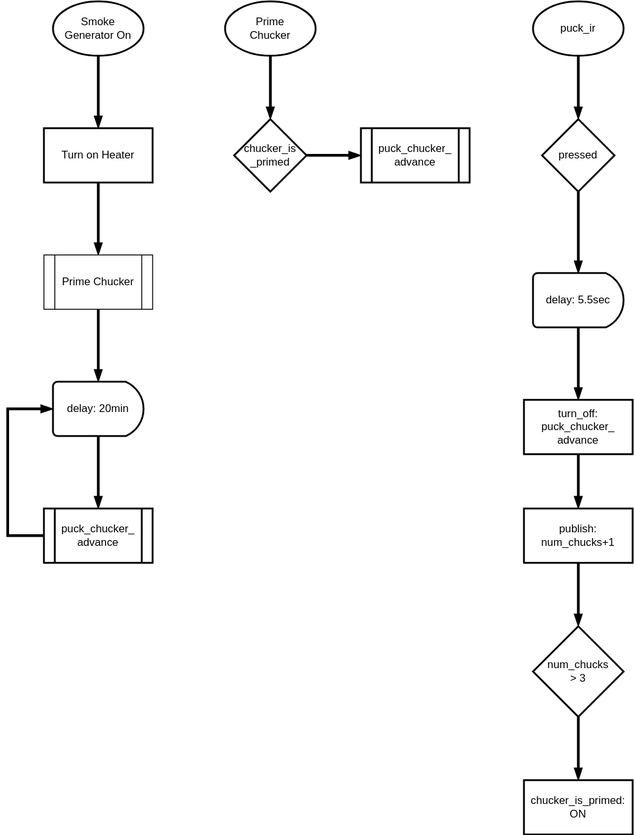
billchurch/smokemonster keeps this draw.io diagram as Bradley Smoker Controller Flow.svg. Above is the earlier version. Source tidied: cells renumbered, new cells last; positions are measured from the earlier drawing's top-left corner, leaving out a move shared by most shapes. Its diagram source:
```xml
<mxGraphModel>
  <root>
    <mxCell id="0" />
    <mxCell id="1" parent="0" />
    <mxCell id="2" style="edgeStyle=orthogonalEdgeStyle;rounded=0;jettySize=auto;html=1;strokeWidth=3;endArrow=blockThin;endFill=1;" parent="1" edge="1" source="3" target="5">
      <mxGeometry relative="1" as="geometry" />
    </mxCell>
    <mxCell id="3" value="Smoke&lt;br&gt;Generator On" style="strokeWidth=2;html=1;shape=mxgraph.flowchart.start_1;whiteSpace=wrap;" parent="1" vertex="1">
      <mxGeometry x="50" width="100" height="60" as="geometry" />
    </mxCell>
    <mxCell id="4" style="edgeStyle=orthogonalEdgeStyle;rounded=0;jettySize=auto;html=1;strokeWidth=3;endArrow=blockThin;endFill=1;" parent="1" edge="1" source="5" target="7">
      <mxGeometry relative="1" as="geometry" />
    </mxCell>
    <mxCell id="5" value="Turn on Heater" style="whiteSpace=wrap;html=1;strokeWidth=2;" parent="1" vertex="1">
      <mxGeometry x="40" y="140" width="120" height="60" as="geometry" />
    </mxCell>
    <mxCell id="6" style="edgeStyle=orthogonalEdgeStyle;rounded=0;jettySize=auto;html=1;strokeWidth=3;endArrow=blockThin;endFill=1;" parent="1" edge="1" source="7" target="9">
      <mxGeometry relative="1" as="geometry" />
    </mxCell>
    <mxCell id="7" value="Prime Chucker" style="shape=process;whiteSpace=wrap;html=1;backgroundOutline=1;" parent="1" vertex="1">
      <mxGeometry x="40" y="280" width="120" height="60" as="geometry" />
    </mxCell>
    <mxCell id="8" style="edgeStyle=orthogonalEdgeStyle;rounded=0;jettySize=auto;html=1;strokeWidth=3;endArrow=blockThin;endFill=1;" parent="1" edge="1" source="9" target="11">
      <mxGeometry relative="1" as="geometry" />
    </mxCell>
    <mxCell id="9" value="delay: 20min" style="strokeWidth=2;html=1;shape=mxgraph.flowchart.delay;whiteSpace=wrap;" parent="1" vertex="1">
      <mxGeometry x="50" y="420" width="100" height="60" as="geometry" />
    </mxCell>
    <mxCell id="10" style="edgeStyle=orthogonalEdgeStyle;rounded=0;jettySize=auto;html=1;exitX=0;exitY=0.5;exitDx=0;exitDy=0;entryX=0;entryY=0.5;entryDx=0;entryDy=0;entryPerimeter=0;strokeWidth=3;endArrow=blockThin;endFill=1;" parent="1" edge="1" source="11" target="9">
      <mxGeometry relative="1" as="geometry">
        <Array as="points">
          <mxPoint y="590" />
          <mxPoint y="450" />
        </Array>
      </mxGeometry>
    </mxCell>
    <mxCell id="11" value="puck_chucker_&lt;br&gt;advance" style="shape=process;whiteSpace=wrap;html=1;backgroundOutline=1;strokeWidth=2;" parent="1" vertex="1">
      <mxGeometry x="40" y="560" width="120" height="60" as="geometry" />
    </mxCell>
    <mxCell id="12" style="edgeStyle=orthogonalEdgeStyle;rounded=0;jettySize=auto;html=1;endArrow=blockThin;endFill=1;strokeWidth=3;" parent="1" edge="1" source="13" target="15">
      <mxGeometry relative="1" as="geometry" />
    </mxCell>
    <mxCell id="13" value="Prime&lt;br&gt;Chucker" style="strokeWidth=2;html=1;shape=mxgraph.flowchart.start_1;whiteSpace=wrap;" parent="1" vertex="1">
      <mxGeometry x="240" width="100" height="60" as="geometry" />
    </mxCell>
    <mxCell id="14" style="edgeStyle=orthogonalEdgeStyle;rounded=0;jettySize=auto;html=1;endArrow=blockThin;endFill=1;strokeWidth=3;" parent="1" edge="1" source="15" target="16">
      <mxGeometry relative="1" as="geometry" />
    </mxCell>
    <mxCell id="15" value="chucker_is&lt;br&gt;_primed" style="rhombus;whiteSpace=wrap;html=1;strokeWidth=2;" parent="1" vertex="1">
      <mxGeometry x="250" y="130" width="80" height="80" as="geometry" />
    </mxCell>
    <mxCell id="16" value="puck_chucker_&lt;br&gt;advance" style="shape=process;whiteSpace=wrap;html=1;backgroundOutline=1;strokeWidth=2;" parent="1" vertex="1">
      <mxGeometry x="390" y="140" width="120" height="60" as="geometry" />
    </mxCell>
    <mxCell id="17" style="edgeStyle=orthogonalEdgeStyle;rounded=0;jettySize=auto;html=1;endArrow=blockThin;endFill=1;strokeWidth=3;" parent="1" edge="1" source="18" target="20">
      <mxGeometry relative="1" as="geometry" />
    </mxCell>
    <mxCell id="18" value="puck_ir" style="strokeWidth=2;html=1;shape=mxgraph.flowchart.start_1;whiteSpace=wrap;" parent="1" vertex="1">
      <mxGeometry x="580" width="100" height="60" as="geometry" />
    </mxCell>
    <mxCell id="19" style="edgeStyle=orthogonalEdgeStyle;rounded=0;jettySize=auto;html=1;endArrow=blockThin;endFill=1;strokeWidth=3;" parent="1" edge="1" source="20" target="22">
      <mxGeometry relative="1" as="geometry" />
    </mxCell>
    <mxCell id="20" value="pressed" style="rhombus;whiteSpace=wrap;html=1;strokeWidth=2;" parent="1" vertex="1">
      <mxGeometry x="590" y="130" width="80" height="80" as="geometry" />
    </mxCell>
    <mxCell id="21" style="edgeStyle=orthogonalEdgeStyle;rounded=0;jettySize=auto;html=1;endArrow=blockThin;endFill=1;strokeWidth=3;" parent="1" edge="1" source="22" target="24">
      <mxGeometry relative="1" as="geometry" />
    </mxCell>
    <mxCell id="22" value="delay: 5.5sec" style="strokeWidth=2;html=1;shape=mxgraph.flowchart.delay;whiteSpace=wrap;" parent="1" vertex="1">
      <mxGeometry x="580" y="300" width="100" height="60" as="geometry" />
    </mxCell>
    <mxCell id="23" style="edgeStyle=orthogonalEdgeStyle;rounded=0;jettySize=auto;html=1;endArrow=blockThin;endFill=1;strokeWidth=3;" parent="1" edge="1" source="24" target="26">
      <mxGeometry relative="1" as="geometry" />
    </mxCell>
    <mxCell id="24" value="turn_off:&lt;br&gt;puck_chucker_&lt;br&gt;advance" style="whiteSpace=wrap;html=1;strokeWidth=2;" parent="1" vertex="1">
      <mxGeometry x="570" y="440" width="120" height="60" as="geometry" />
    </mxCell>
    <mxCell id="25" style="edgeStyle=orthogonalEdgeStyle;rounded=0;jettySize=auto;html=1;endArrow=blockThin;endFill=1;strokeWidth=3;" parent="1" edge="1" source="26" target="28">
      <mxGeometry relative="1" as="geometry" />
    </mxCell>
    <mxCell id="26" value="publish: num_chucks+1" style="whiteSpace=wrap;html=1;strokeWidth=2;" parent="1" vertex="1">
      <mxGeometry x="570" y="560" width="120" height="60" as="geometry" />
    </mxCell>
    <mxCell id="27" style="edgeStyle=orthogonalEdgeStyle;rounded=0;jettySize=auto;html=1;endArrow=blockThin;endFill=1;strokeWidth=3;" parent="1" edge="1" source="28" target="29">
      <mxGeometry relative="1" as="geometry" />
    </mxCell>
    <mxCell id="28" value="num_chucks&lt;br&gt;&amp;gt; 3" style="rhombus;whiteSpace=wrap;html=1;strokeWidth=2;" parent="1" vertex="1">
      <mxGeometry x="580" y="690" width="100" height="100" as="geometry" />
    </mxCell>
    <mxCell id="29" value="chucker_is_primed: ON" style="whiteSpace=wrap;html=1;strokeWidth=2;" parent="1" vertex="1">
      <mxGeometry x="570" y="860" width="120" height="60" as="geometry" />
    </mxCell>
  </root>
</mxGraphModel>
```
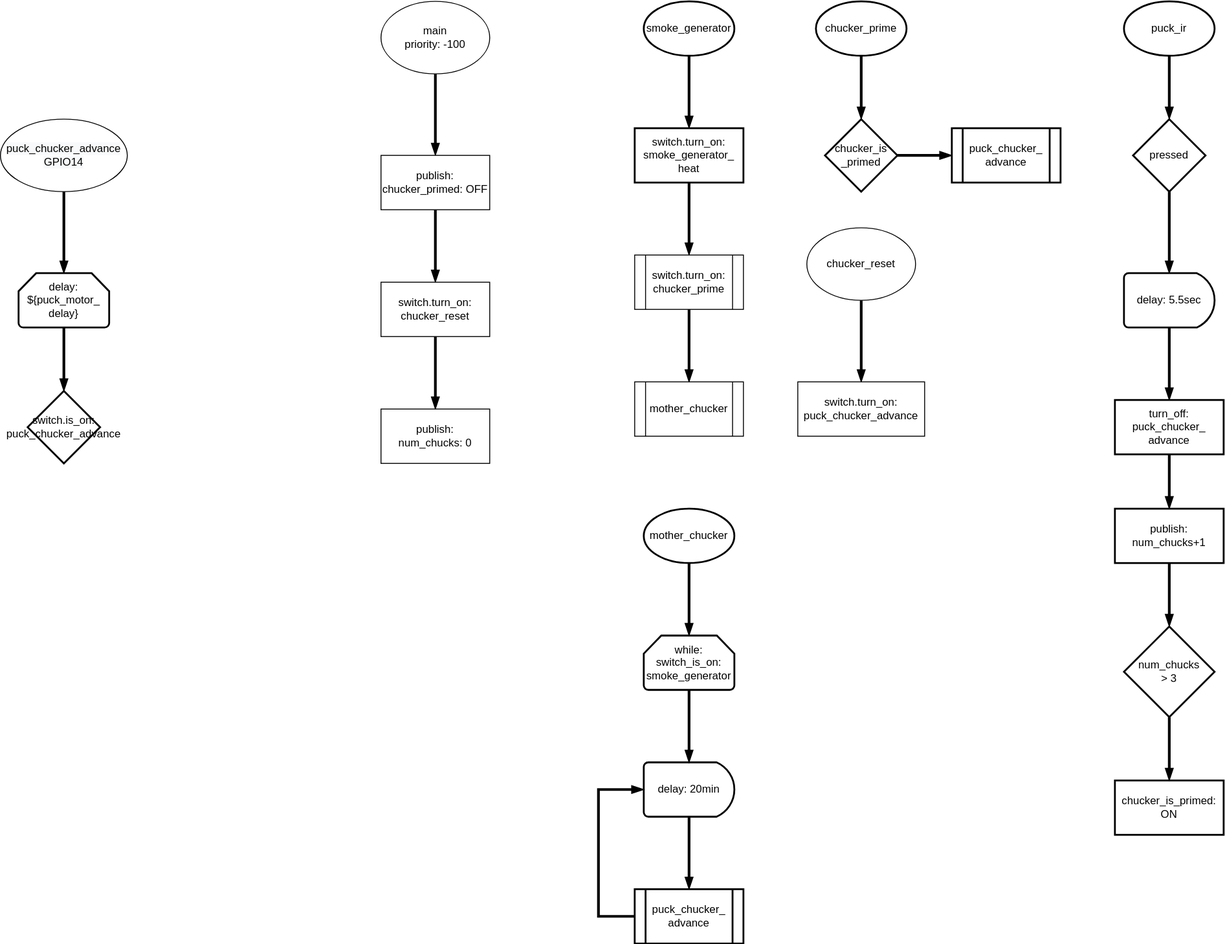
The same file after the commit.

Diff of the diagram source:
```diff
@@ -5,42 +5,42 @@
     <mxCell id="2" style="edgeStyle=orthogonalEdgeStyle;rounded=0;jettySize=auto;html=1;strokeWidth=3;endArrow=blockThin;endFill=1;" parent="1" edge="1" source="3" target="5">
       <mxGeometry relative="1" as="geometry" />
     </mxCell>
-    <mxCell id="3" value="Smoke&lt;br&gt;Generator On" style="strokeWidth=2;html=1;shape=mxgraph.flowchart.start_1;whiteSpace=wrap;" parent="1" vertex="1">
+    <mxCell id="3" value="smoke_generator" style="strokeWidth=2;html=1;shape=mxgraph.flowchart.start_1;whiteSpace=wrap;" parent="1" vertex="1">
       <mxGeometry x="50" width="100" height="60" as="geometry" />
     </mxCell>
     <mxCell id="4" style="edgeStyle=orthogonalEdgeStyle;rounded=0;jettySize=auto;html=1;strokeWidth=3;endArrow=blockThin;endFill=1;" parent="1" edge="1" source="5" target="7">
       <mxGeometry relative="1" as="geometry" />
     </mxCell>
-    <mxCell id="5" value="Turn on Heater" style="whiteSpace=wrap;html=1;strokeWidth=2;" parent="1" vertex="1">
+    <mxCell id="5" value="switch.turn_on: smoke_generator_&lt;br&gt;heat" style="whiteSpace=wrap;html=1;strokeWidth=2;" parent="1" vertex="1">
       <mxGeometry x="40" y="140" width="120" height="60" as="geometry" />
     </mxCell>
-    <mxCell id="6" style="edgeStyle=orthogonalEdgeStyle;rounded=0;jettySize=auto;html=1;strokeWidth=3;endArrow=blockThin;endFill=1;" parent="1" edge="1" source="7" target="9">
-      <mxGeometry relative="1" as="geometry" />
-    </mxCell>
+    <mxCell id="30" style="edgeStyle=orthogonalEdgeStyle;rounded=0;jettySize=auto;html=1;endArrow=blockThin;endFill=1;strokeWidth=3;" parent="1" edge="1" source="7" target="35">
+      <mxGeometry relative="1" as="geometry" />
+    </mxCell>
-    <mxCell id="7" value="Prime Chucker" style="shape=process;whiteSpace=wrap;html=1;backgroundOutline=1;" parent="1" vertex="1">
+    <mxCell id="7" value="switch.turn_on: chucker_prime" style="shape=process;whiteSpace=wrap;html=1;backgroundOutline=1;" parent="1" vertex="1">
       <mxGeometry x="40" y="280" width="120" height="60" as="geometry" />
     </mxCell>
     <mxCell id="8" style="edgeStyle=orthogonalEdgeStyle;rounded=0;jettySize=auto;html=1;strokeWidth=3;endArrow=blockThin;endFill=1;" parent="1" edge="1" source="9" target="11">
       <mxGeometry relative="1" as="geometry" />
     </mxCell>
     <mxCell id="9" value="delay: 20min" style="strokeWidth=2;html=1;shape=mxgraph.flowchart.delay;whiteSpace=wrap;" parent="1" vertex="1">
-      <mxGeometry x="50" y="420" width="100" height="60" as="geometry" />
+      <mxGeometry x="50" y="840" width="100" height="60" as="geometry" />
     </mxCell>
     <mxCell id="10" style="edgeStyle=orthogonalEdgeStyle;rounded=0;jettySize=auto;html=1;exitX=0;exitY=0.5;exitDx=0;exitDy=0;entryX=0;entryY=0.5;entryDx=0;entryDy=0;entryPerimeter=0;strokeWidth=3;endArrow=blockThin;endFill=1;" parent="1" edge="1" source="11" target="9">
       <mxGeometry relative="1" as="geometry">
         <Array as="points">
-          <mxPoint y="590" />
-          <mxPoint y="450" />
+          <mxPoint y="1010" />
+          <mxPoint y="870" />
         </Array>
       </mxGeometry>
     </mxCell>
     <mxCell id="11" value="puck_chucker_&lt;br&gt;advance" style="shape=process;whiteSpace=wrap;html=1;backgroundOutline=1;strokeWidth=2;" parent="1" vertex="1">
-      <mxGeometry x="40" y="560" width="120" height="60" as="geometry" />
+      <mxGeometry x="40" y="980" width="120" height="60" as="geometry" />
     </mxCell>
     <mxCell id="12" style="edgeStyle=orthogonalEdgeStyle;rounded=0;jettySize=auto;html=1;endArrow=blockThin;endFill=1;strokeWidth=3;" parent="1" edge="1" source="13" target="15">
       <mxGeometry relative="1" as="geometry" />
     </mxCell>
-    <mxCell id="13" value="Prime&lt;br&gt;Chucker" style="strokeWidth=2;html=1;shape=mxgraph.flowchart.start_1;whiteSpace=wrap;" parent="1" vertex="1">
+    <mxCell id="13" value="chucker_prime" style="strokeWidth=2;html=1;shape=mxgraph.flowchart.start_1;whiteSpace=wrap;" parent="1" vertex="1">
       <mxGeometry x="240" width="100" height="60" as="geometry" />
     </mxCell>
     <mxCell id="14" style="edgeStyle=orthogonalEdgeStyle;rounded=0;jettySize=auto;html=1;endArrow=blockThin;endFill=1;strokeWidth=3;" parent="1" edge="1" source="15" target="16">
@@ -91,5 +91,65 @@
     <mxCell id="29" value="chucker_is_primed: ON" style="whiteSpace=wrap;html=1;strokeWidth=2;" parent="1" vertex="1">
       <mxGeometry x="570" y="860" width="120" height="60" as="geometry" />
     </mxCell>
+    <mxCell id="31" style="edgeStyle=orthogonalEdgeStyle;rounded=0;jettySize=auto;html=1;endArrow=blockThin;endFill=1;strokeWidth=3;" parent="1" edge="1" source="32" target="34">
+      <mxGeometry relative="1" as="geometry" />
+    </mxCell>
+    <mxCell id="32" value="mother_chucker" style="strokeWidth=2;html=1;shape=mxgraph.flowchart.start_1;whiteSpace=wrap;" parent="1" vertex="1">
+      <mxGeometry x="50" y="560" width="100" height="60" as="geometry" />
+    </mxCell>
+    <mxCell id="33" style="edgeStyle=orthogonalEdgeStyle;rounded=0;jettySize=auto;html=1;endArrow=blockThin;endFill=1;strokeWidth=3;" parent="1" edge="1" source="34" target="9">
+      <mxGeometry relative="1" as="geometry" />
+    </mxCell>
+    <mxCell id="34" value="while:&lt;br&gt;switch_is_on:&lt;br&gt;smoke_generator&lt;br&gt;" style="strokeWidth=2;html=1;shape=mxgraph.flowchart.loop_limit;whiteSpace=wrap;" parent="1" vertex="1">
+      <mxGeometry x="50" y="700" width="100" height="60" as="geometry" />
+    </mxCell>
+    <mxCell id="35" value="mother_chucker" style="shape=process;whiteSpace=wrap;html=1;backgroundOutline=1;" parent="1" vertex="1">
+      <mxGeometry x="40" y="420" width="120" height="60" as="geometry" />
+    </mxCell>
+    <mxCell id="36" style="edgeStyle=orthogonalEdgeStyle;rounded=0;jettySize=auto;html=1;endArrow=blockThin;endFill=1;strokeWidth=3;" parent="1" edge="1" source="37" target="39">
+      <mxGeometry relative="1" as="geometry" />
+    </mxCell>
+    <mxCell id="37" value="main&lt;br&gt;priority: -100" style="ellipse;whiteSpace=wrap;html=1;" parent="1" vertex="1">
+      <mxGeometry x="-240" width="120" height="80" as="geometry" />
+    </mxCell>
+    <mxCell id="38" style="edgeStyle=orthogonalEdgeStyle;rounded=0;jettySize=auto;html=1;endArrow=blockThin;endFill=1;strokeWidth=3;" parent="1" edge="1" source="39" target="41">
+      <mxGeometry relative="1" as="geometry" />
+    </mxCell>
+    <mxCell id="39" value="publish:&lt;br&gt;chucker_primed: OFF" style="whiteSpace=wrap;html=1;" parent="1" vertex="1">
+      <mxGeometry x="-240" y="170" width="120" height="60" as="geometry" />
+    </mxCell>
+    <mxCell id="40" style="edgeStyle=orthogonalEdgeStyle;rounded=0;jettySize=auto;html=1;endArrow=blockThin;endFill=1;strokeWidth=3;" parent="1" edge="1" source="41" target="42">
+      <mxGeometry relative="1" as="geometry" />
+    </mxCell>
+    <mxCell id="41" value="switch.turn_on:&lt;br&gt;chucker_reset" style="whiteSpace=wrap;html=1;" parent="1" vertex="1">
+      <mxGeometry x="-240" y="310" width="120" height="60" as="geometry" />
+    </mxCell>
+    <mxCell id="42" value="publish:&lt;br&gt;num_chucks: 0" style="whiteSpace=wrap;html=1;" parent="1" vertex="1">
+      <mxGeometry x="-240" y="450" width="120" height="60" as="geometry" />
+    </mxCell>
+    <mxCell id="43" style="edgeStyle=orthogonalEdgeStyle;rounded=0;jettySize=auto;html=1;endArrow=blockThin;endFill=1;strokeWidth=3;" parent="1" edge="1" source="44" target="45">
+      <mxGeometry relative="1" as="geometry" />
+    </mxCell>
+    <mxCell id="44" value="chucker_reset" style="ellipse;whiteSpace=wrap;html=1;" parent="1" vertex="1">
+      <mxGeometry x="230" y="250" width="120" height="80" as="geometry" />
+    </mxCell>
+    <mxCell id="45" value="switch.turn_on:&lt;br&gt;puck_chucker_advance" style="whiteSpace=wrap;html=1;" parent="1" vertex="1">
+      <mxGeometry x="220" y="420" width="140" height="60" as="geometry" />
+    </mxCell>
+    <mxCell id="46" style="edgeStyle=orthogonalEdgeStyle;rounded=0;jettySize=auto;html=1;endArrow=blockThin;endFill=1;strokeWidth=3;" parent="1" edge="1" source="47" target="49">
+      <mxGeometry relative="1" as="geometry" />
+    </mxCell>
+    <mxCell id="47" value="&lt;span style=&quot;color: rgb(0 , 0 , 0) ; font-family: &amp;#34;helvetica&amp;#34; ; font-size: 12px ; font-style: normal ; font-weight: 400 ; letter-spacing: normal ; text-align: center ; text-indent: 0px ; text-transform: none ; word-spacing: 0px ; background-color: rgb(248 , 249 , 250) ; display: inline ; float: none&quot;&gt;puck_chucker_advance&lt;br&gt;GPIO14&lt;br&gt;&lt;/span&gt;" style="ellipse;whiteSpace=wrap;html=1;" parent="1" vertex="1">
+      <mxGeometry x="-660" y="130" width="140" height="80" as="geometry" />
+    </mxCell>
+    <mxCell id="48" style="edgeStyle=orthogonalEdgeStyle;rounded=0;jettySize=auto;html=1;endArrow=blockThin;endFill=1;strokeWidth=3;" parent="1" edge="1" source="49" target="50">
+      <mxGeometry relative="1" as="geometry" />
+    </mxCell>
+    <mxCell id="49" value="delay: ${puck_motor_&lt;br&gt;delay}" style="strokeWidth=2;html=1;shape=mxgraph.flowchart.loop_limit;whiteSpace=wrap;" parent="1" vertex="1">
+      <mxGeometry x="-640" y="300" width="100" height="60" as="geometry" />
+    </mxCell>
+    <mxCell id="50" value="switch.is_on:&lt;br&gt;puck_chucker_advance" style="rhombus;whiteSpace=wrap;html=1;strokeWidth=2;" parent="1" vertex="1">
+      <mxGeometry x="-630" y="430" width="80" height="80" as="geometry" />
+    </mxCell>
   </root>
 </mxGraphModel>
```
